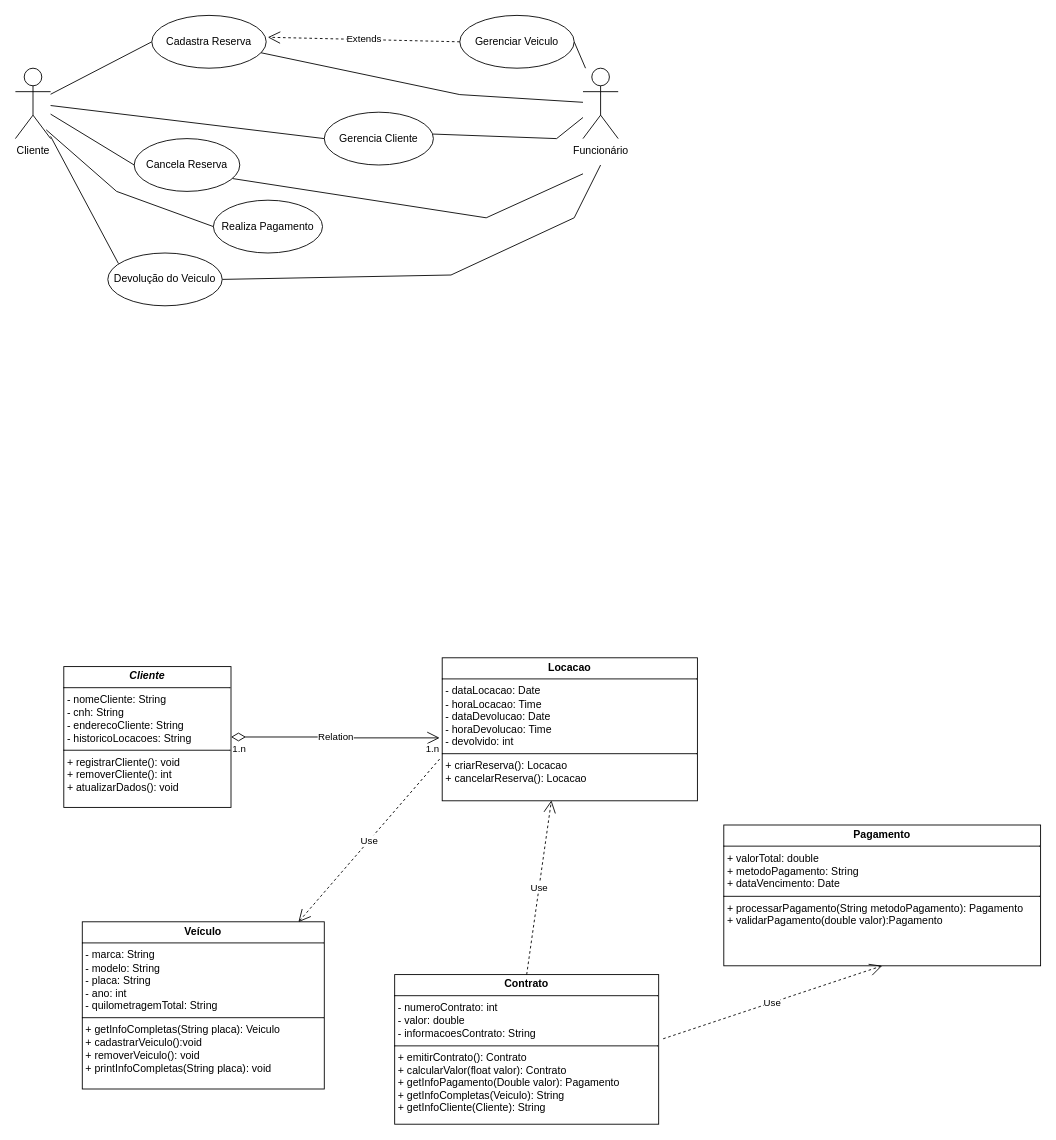
This is diagrama_casosUso.drawio from Thaynara3/mdc118, a draw.io file, before an edit. Source tidied: cells renumbered, new cells numbered last; positions are measured from the earlier drawing's top-left corner, leaving out a move shared by most shapes. Both pictures are drawn from the tidied source at 88%, with x=0, y=0 at pixel (15, 15).
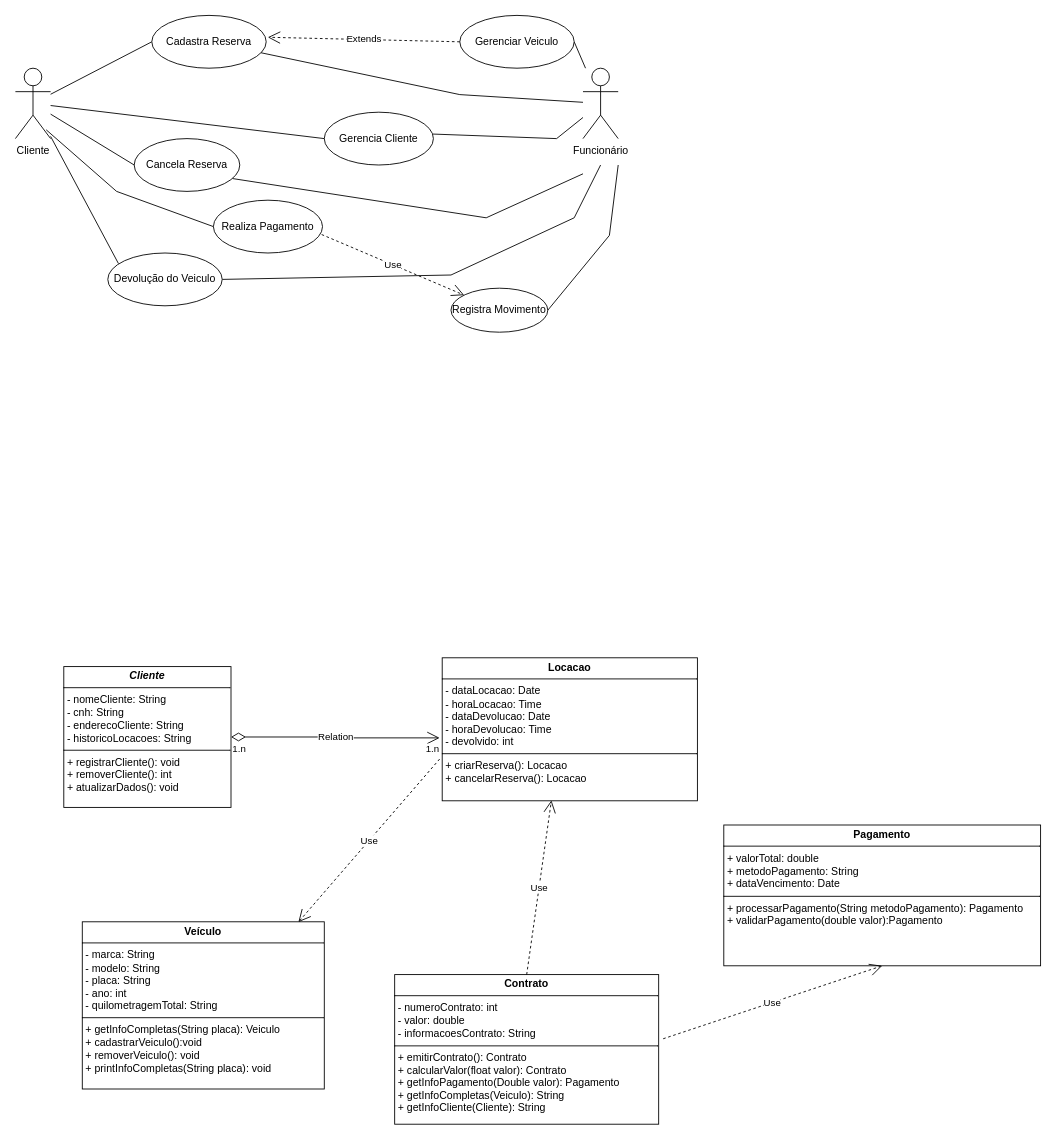
After the change.

Unchanged cells that the change refers to:
```xml
<mxCell id="29" value="Realiza Pagamento" style="ellipse;whiteSpace=wrap;html=1;" parent="1" vertex="1">
  <mxGeometry x="225" y="210" width="124" height="60" as="geometry" />
</mxCell>
```

What changed in the source:
```diff
@@
+    <mxCell id="32" value="Use" style="endArrow=open;endSize=12;dashed=1;html=1;rounded=0;exitX=0.992;exitY=0.65;exitDx=0;exitDy=0;exitPerimeter=0;" parent="1" edge="1" source="29" target="33">
+      <mxGeometry relative="1" as="geometry" />
+    </mxCell>
+    <mxCell id="33" value="Registra Movimento" style="ellipse;whiteSpace=wrap;html=1;" parent="1" vertex="1">
+      <mxGeometry x="495" y="310" width="110" height="50" as="geometry" />
+    </mxCell>
+    <mxCell id="34" style="endArrow=none;html=1;rounded=0;exitX=1;exitY=0.5;exitDx=0;exitDy=0;" parent="1" edge="1" source="33">
+      <mxGeometry relative="1" as="geometry">
+        <mxPoint x="685" y="170" as="targetPoint" />
+        <Array as="points">
+          <mxPoint x="675" y="250" />
+        </Array>
+      </mxGeometry>
+    </mxCell>
```
